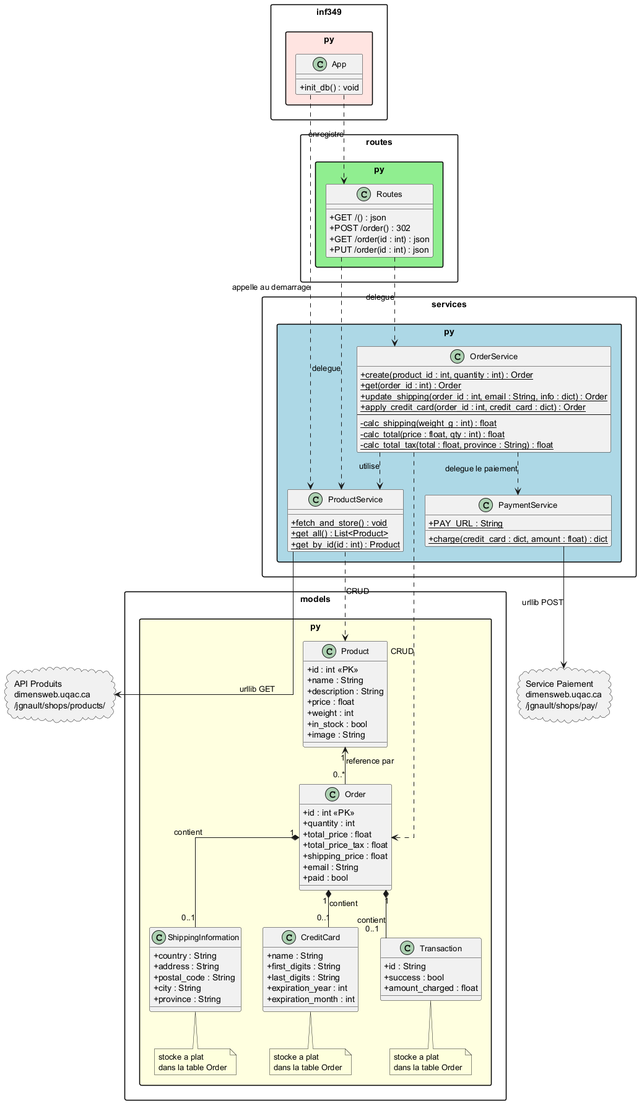
Above: docs/Diagramme_Classes.png in but-yohan-carvalho/application-web (PlantUML), before the change.
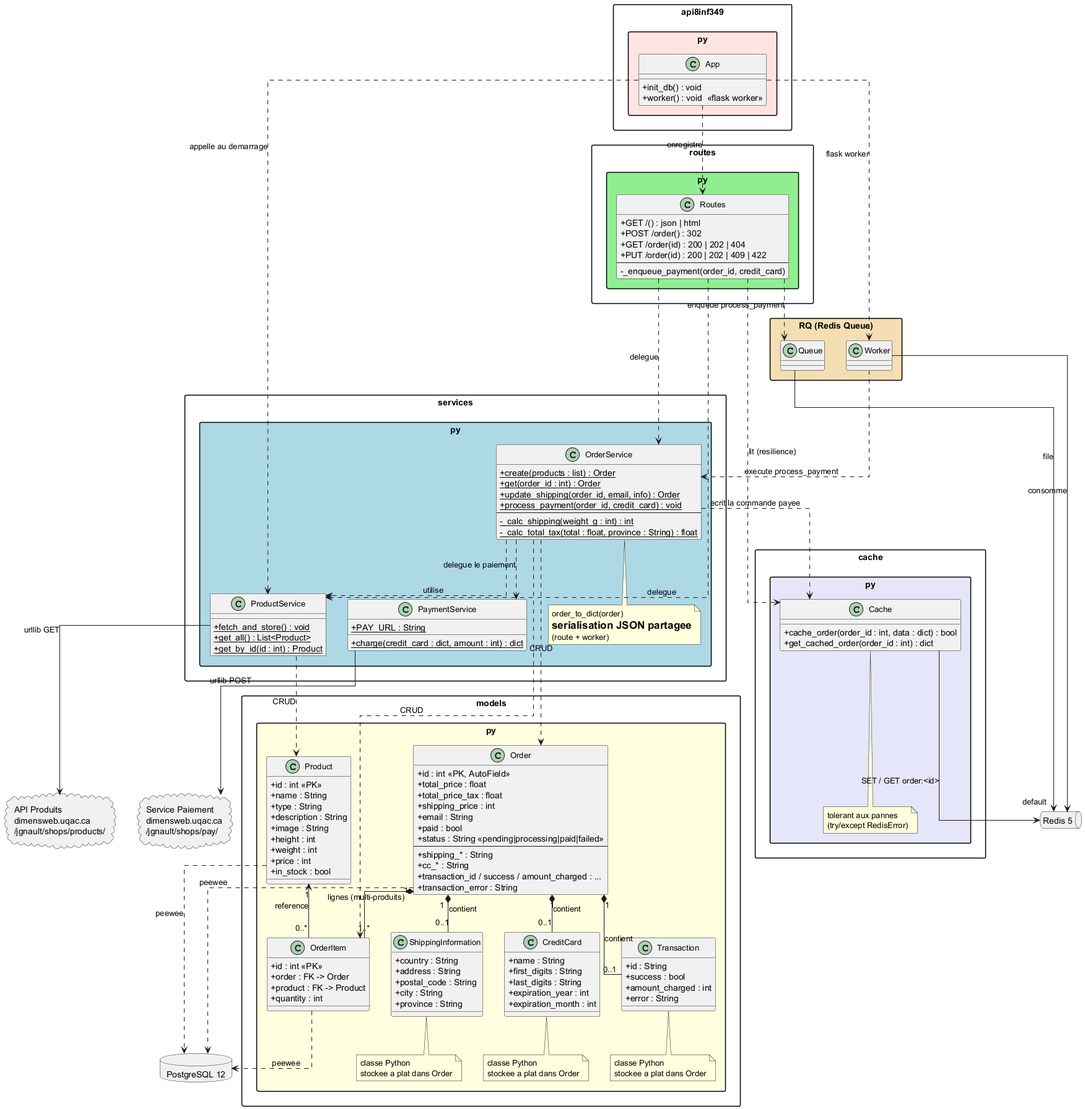
The same diagram one commit later.

What changed in the source:
```diff
@@ -12,21 +12,35 @@
     class Product {
         + id : int <<PK>>
         + name : String
+        + type : String
         + description : String
-        + price : float
+        + image : String
+        + height : int
         + weight : int
+        + price : int
         + in_stock : bool
-        + image : String
     }
 
     class Order {
-        + id : int <<PK>>
-        + quantity : int
+        + id : int <<PK, AutoField>>
         + total_price : float
         + total_price_tax : float
-        + shipping_price : float
+        + shipping_price : int
         + email : String
         + paid : bool
+        + status : String <<pending|processing|paid|failed>>
+        --
+        + shipping_* : String
+        + cc_* : String
+        + transaction_id / success / amount_charged : ...
+        + transaction_error : String
+    }
+
+    class OrderItem {
+        + id : int <<PK>>
+        + order : FK -> Order
+        + product : FK -> Product
+        + quantity : int
     }
 
     class ShippingInformation {
@@ -48,17 +62,19 @@
     class Transaction {
         + id : String
         + success : bool
-        + amount_charged : float
+        + amount_charged : int
+        + error : String
     }
 
-    note bottom of ShippingInformation : stocke a plat\ndans la table Order
-    note bottom of CreditCard          : stocke a plat\ndans la table Order
-    note bottom of Transaction         : stocke a plat\ndans la table Order
+    note bottom of ShippingInformation : classe Python\nstockee a plat dans Order
+    note bottom of CreditCard          : classe Python\nstockee a plat dans Order
+    note bottom of Transaction         : classe Python\nstockee a plat dans Order
 
-    Product "1"  <--  "0..*" Order : reference par
-    Order   "1"  *--  "0..1" ShippingInformation : contient
-    Order   "1"  *--  "0..1" CreditCard          : contient
-    Order   "1"  *--  "0..1" Transaction         : contient
+    Order   "1" *-- "1..*" OrderItem : lignes (multi-produits)
+    Product "1" <-- "0..*" OrderItem : reference
+    Order   "1" *-- "0..1" ShippingInformation : contient
+    Order   "1" *-- "0..1" CreditCard          : contient
+    Order   "1" *-- "0..1" Transaction         : contient
 }
 
 package "services.py" #LightBlue {
@@ -70,53 +86,84 @@
     }
 
     class OrderService {
-        + {static} create(product_id : int, quantity : int) : Order
+        + {static} create(products : list) : Order
         + {static} get(order_id : int) : Order
-        + {static} update_shipping(order_id : int, email : String, info : dict) : Order
-        + {static} apply_credit_card(order_id : int, credit_card : dict) : Order
+        + {static} update_shipping(order_id, email, info) : Order
+        + {static} process_payment(order_id, credit_card) : void
         --
-        - {static} calc_shipping(weight_g : int) : float
-        - {static} calc_total(price : float, qty : int) : float
-        - {static} calc_total_tax(total : float, province : String) : float
+        - {static} _calc_shipping(weight_g : int) : int
+        - {static} _calc_total_tax(total : float, province : String) : float
     }
 
     class PaymentService {
         + {static} PAY_URL : String
-        + {static} charge(credit_card : dict, amount : float) : dict
+        + {static} charge(credit_card : dict, amount : int) : dict
     }
+
+    note bottom of OrderService : order_to_dict(order)\n= serialisation JSON partagee\n(route + worker)
 
     OrderService ..> ProductService : utilise
     OrderService ..> PaymentService : delegue le paiement
 }
 
+package "cache.py" #Lavender {
+    class Cache {
+        + cache_order(order_id : int, data : dict) : bool
+        + get_cached_order(order_id : int) : dict
+    }
+    note bottom of Cache : tolerant aux pannes\n(try/except RedisError)
+}
+
 package "routes.py" #LightGreen {
 
     class Routes {
-        + GET /() : json
+        + GET /() : json | html
         + POST /order() : 302
-        + GET /order(id : int) : json
-        + PUT /order(id : int) : json
+        + GET /order(id) : 200 | 202 | 404
+        + PUT /order(id) : 200 | 202 | 409 | 422
+        --
+        - _enqueue_payment(order_id, credit_card)
     }
 }
 
-package "inf349.py" #MistyRose {
+package "api8inf349.py" #MistyRose {
 
     class App {
         + init_db() : void
+        + worker() : void  <<flask worker>>
     }
+}
+
+package "RQ (Redis Queue)" #Wheat {
+    class Queue
+    class Worker
 }
 
 Routes ..> OrderService   : delegue
 Routes ..> ProductService : delegue
+Routes ..> Cache          : lit (resilience)
+Routes ..> Queue          : enqueue process_payment
 App    ..> Routes         : enregistre
 App    ..> ProductService : appelle au demarrage
+App    ..> Worker         : flask worker
+Worker ..> OrderService   : execute process_payment
+OrderService ..> Cache    : ecrit la commande payee
 
 ProductService ..> Product : CRUD
 OrderService   ..> Order   : CRUD
+OrderService   ..> OrderItem : CRUD
 
+database "PostgreSQL 12" as PG
+queue    "Redis 5"       as REDIS
 cloud "API Produits\ndimensweb.uqac.ca\n/jgnault/shops/products/" as ProdAPI
-cloud "Service Paiement\ndimensweb.uqac.ca\n/jgnault/shops/pay/" as PayAPI
+cloud "Service Paiement\ndimensweb.uqac.ca\n/jgnault/shops/pay/"   as PayAPI
 
+Product   ..> PG : peewee
+Order     ..> PG : peewee
+OrderItem ..> PG : peewee
+Cache  --> REDIS : SET / GET order:<id>
+Queue  --> REDIS : file "default"
+Worker --> REDIS : consomme
 ProductService --> ProdAPI : urllib GET
 PaymentService --> PayAPI  : urllib POST
 
```
